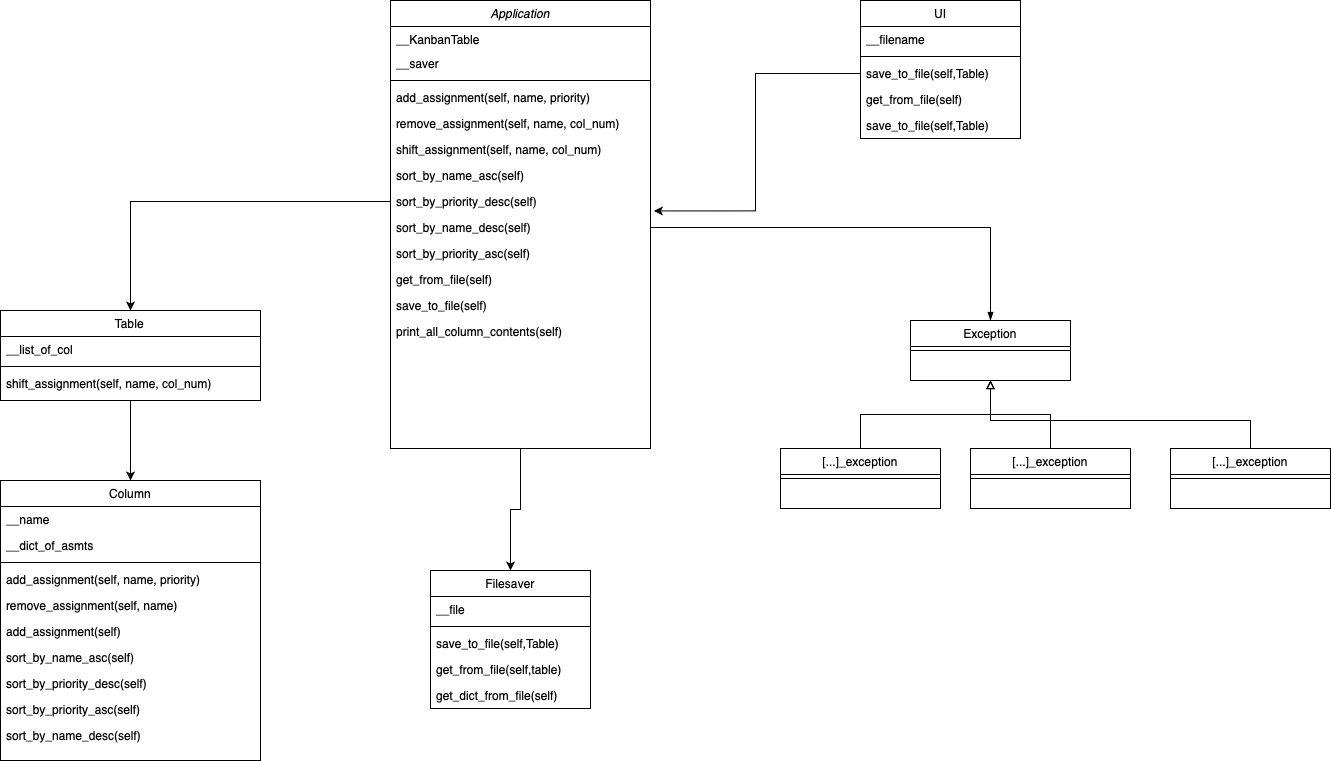
This is Untitled Diagram.png from BartlomiejSzymanski/mips32, a draw.io export, as it was before one commit. Source tidied: cells renumbered, new cells last; positions are measured from the earlier drawing's top-left corner, leaving out a move shared by most shapes.
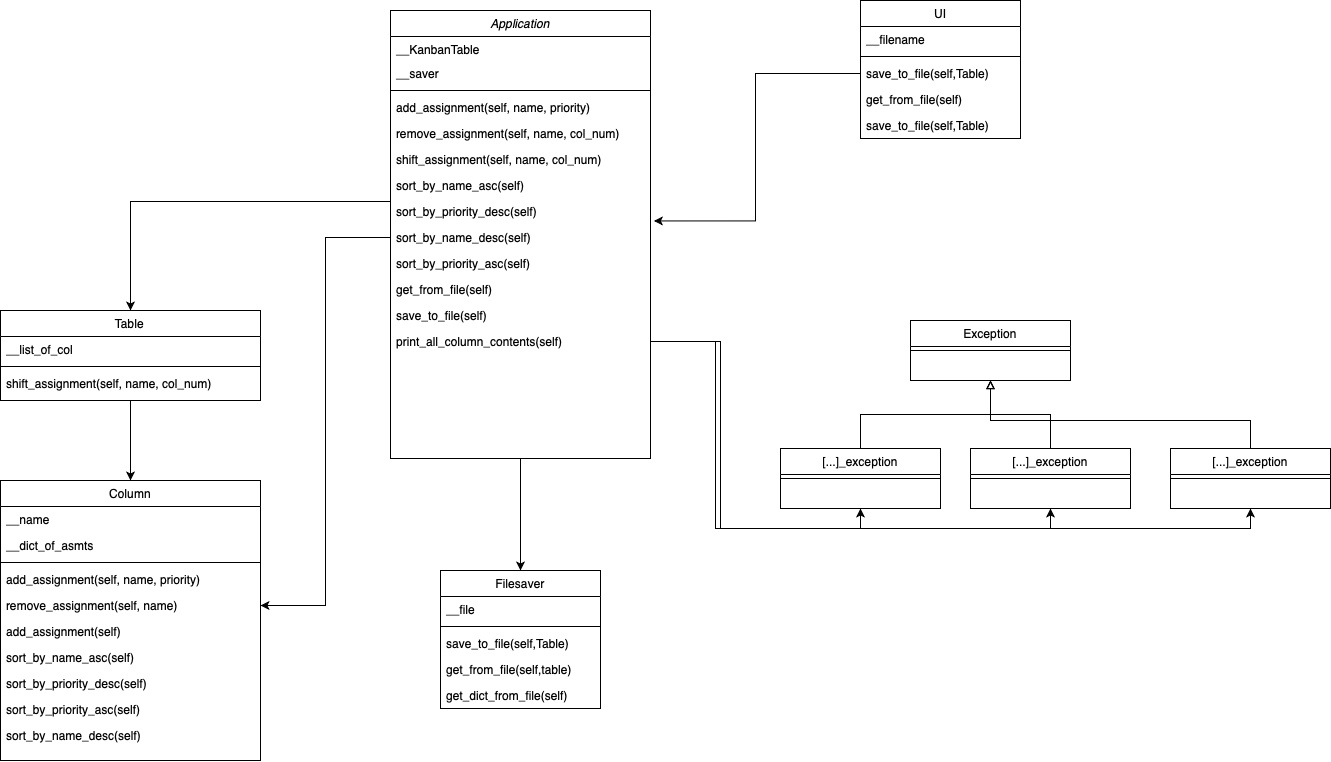
The same diagram one commit later.

Change to the diagram source:
```diff
@@ -6,7 +6,7 @@
       <mxGeometry relative="1" as="geometry" />
     </mxCell>
     <mxCell id="3" value="Application" style="swimlane;fontStyle=2;align=center;verticalAlign=top;horizontal=1;startSize=26;rounded=0;shadow=0;strokeWidth=1;" parent="1" vertex="1">
-      <mxGeometry x="390" width="260" height="448" as="geometry" />
+      <mxGeometry x="390" y="10" width="260" height="448" as="geometry" />
     </mxCell>
     <mxCell id="4" value="__KanbanTable" style="text;align=left;verticalAlign=top;spacingLeft=4;spacingRight=4;overflow=hidden;" parent="3" vertex="1">
       <mxGeometry y="26" width="260" height="24" as="geometry" />
@@ -101,7 +101,7 @@
       </mxGeometry>
     </mxCell>
     <mxCell id="34" value="Filesaver" style="swimlane;fontStyle=0;align=center;verticalAlign=top;horizontal=1;startSize=26;rounded=0;shadow=0;strokeWidth=1;" parent="1" vertex="1">
-      <mxGeometry x="430" y="570" width="160" height="138" as="geometry" />
+      <mxGeometry x="440" y="570" width="160" height="138" as="geometry" />
     </mxCell>
     <mxCell id="35" value="__file" style="text;align=left;verticalAlign=top;spacingLeft=4;spacingRight=4;overflow=hidden;" parent="34" vertex="1">
       <mxGeometry y="26" width="160" height="26" as="geometry" />
@@ -180,8 +180,29 @@
     <mxCell id="57" style="line;html=1;strokeWidth=1;align=left;verticalAlign=middle;spacingTop=-1;spacingLeft=3;spacingRight=3;labelPosition=right;" parent="56" vertex="1">
       <mxGeometry y="26" width="160" height="8" as="geometry" />
     </mxCell>
-    <mxCell id="58" style="edgeStyle=orthogonalEdgeStyle;rounded=0;jettySize=auto;html=1;exitX=1;exitY=0.5;exitDx=0;exitDy=0;entryX=0.5;entryY=0;entryDx=0;entryDy=0;endArrow=blockThin;endFill=1;" parent="1" edge="1" source="12" target="47">
-      <mxGeometry relative="1" as="geometry" />
-    </mxCell>
+    <mxCell id="59" style="edgeStyle=orthogonalEdgeStyle;rounded=0;jettySize=auto;html=1;exitX=0;exitY=0.5;exitDx=0;exitDy=0;entryX=1;entryY=0.5;entryDx=0;entryDy=0;" parent="1" edge="1" source="12" target="27">
+      <mxGeometry relative="1" as="geometry" />
+    </mxCell>
+    <mxCell id="60" style="edgeStyle=orthogonalEdgeStyle;rounded=0;jettySize=auto;html=1;exitX=1;exitY=0.5;exitDx=0;exitDy=0;entryX=0.5;entryY=1;entryDx=0;entryDy=0;" parent="1" edge="1" source="16" target="50">
+      <mxGeometry relative="1" as="geometry" />
+    </mxCell>
+    <mxCell id="61" style="edgeStyle=orthogonalEdgeStyle;rounded=0;jettySize=auto;html=1;exitX=1;exitY=0.5;exitDx=0;exitDy=0;entryX=0.5;entryY=1;entryDx=0;entryDy=0;" parent="1" edge="1" source="16" target="53">
+      <mxGeometry relative="1" as="geometry">
+        <Array as="points">
+          <mxPoint x="720" y="341" />
+          <mxPoint x="720" y="528" />
+          <mxPoint x="1050" y="528" />
+        </Array>
+      </mxGeometry>
+    </mxCell>
+    <mxCell id="62" style="edgeStyle=orthogonalEdgeStyle;rounded=0;jettySize=auto;html=1;exitX=1;exitY=0.5;exitDx=0;exitDy=0;entryX=0.5;entryY=1;entryDx=0;entryDy=0;" parent="1" edge="1" source="16" target="56">
+      <mxGeometry relative="1" as="geometry">
+        <Array as="points">
+          <mxPoint x="720" y="341" />
+          <mxPoint x="720" y="528" />
+          <mxPoint x="1250" y="528" />
+        </Array>
+      </mxGeometry>
+    </mxCell>
   </root>
 </mxGraphModel>
```
